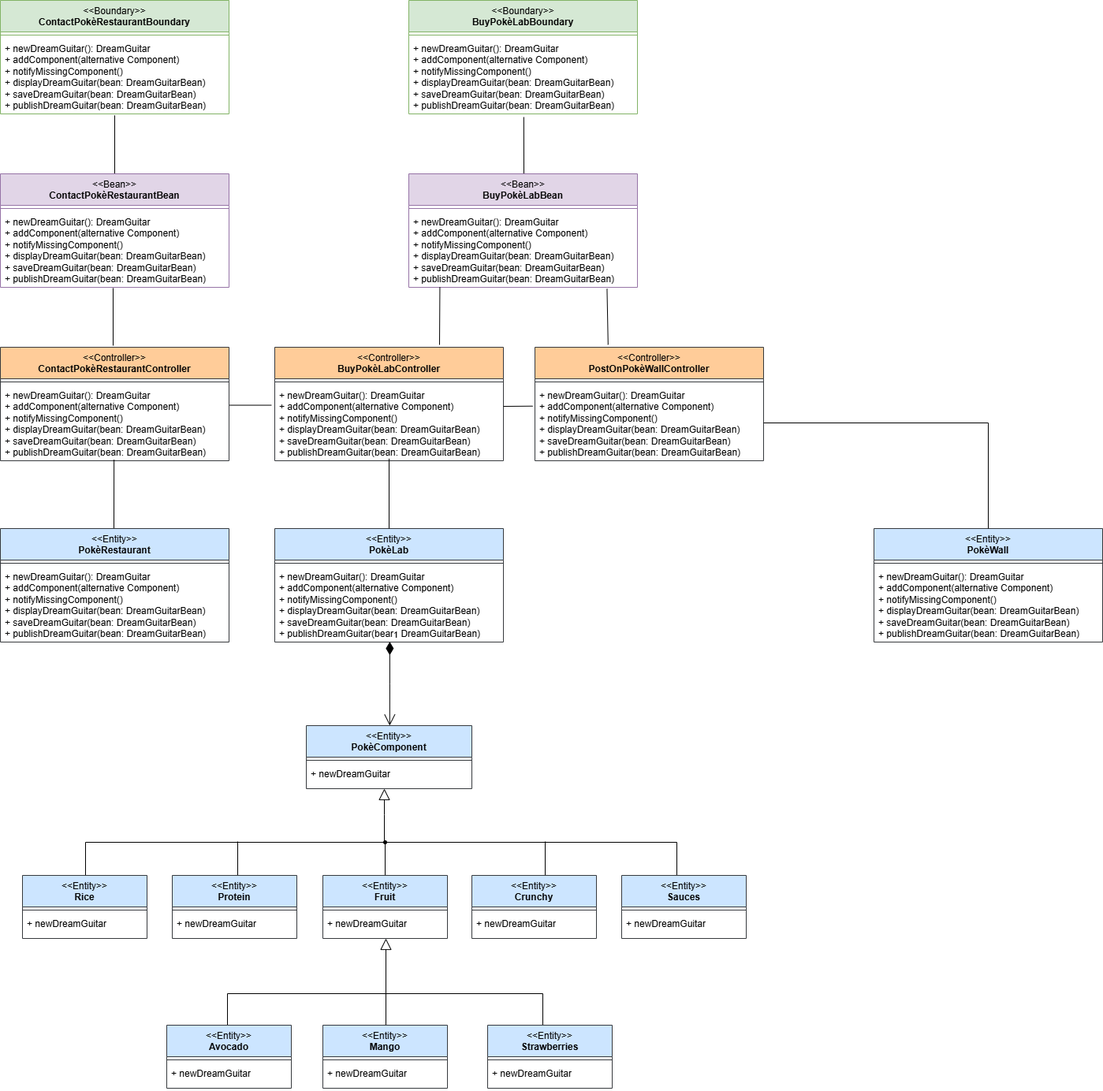
This is diagrams/BCE.drawio.png from matteopinfildi/ISPW-Project, a draw.io export, as it was before one commit. Source tidied: cells renumbered, new cells last; positions are measured from the earlier drawing's top-left corner, leaving out a move shared by most shapes.
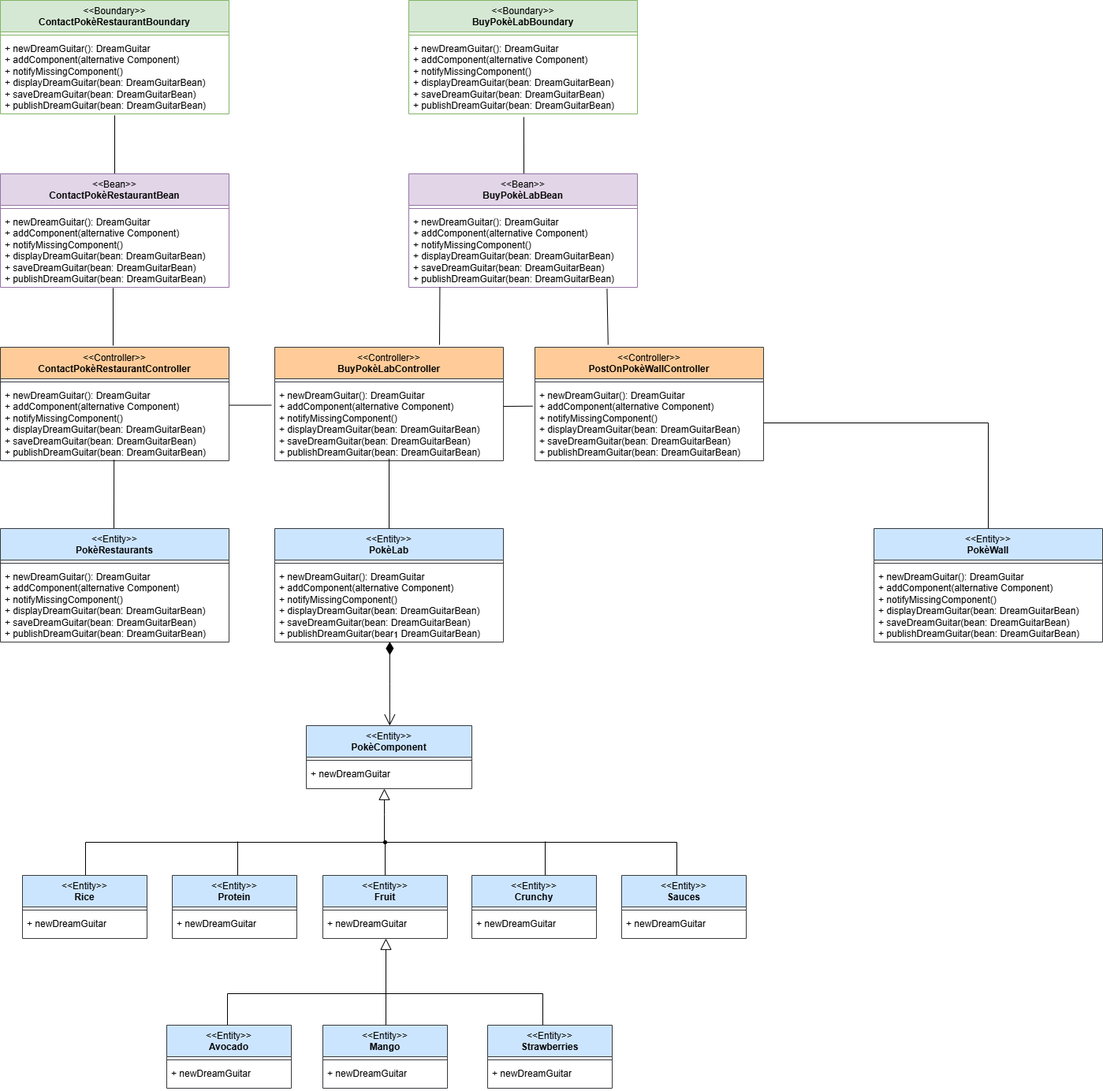
Above is the later version.

Change to the diagram source:
```diff
@@ -94,7 +94,7 @@
         <mxPoint x="144" y="670" as="sourcePoint" />
       </mxGeometry>
     </mxCell>
-    <mxCell id="29" value="&lt;div&gt;&lt;span style=&quot;font-weight: normal;&quot;&gt;&amp;lt;&amp;lt;Entity&amp;gt;&amp;gt;&lt;/span&gt;&lt;/div&gt;PokèRestaurant" style="swimlane;fontStyle=1;align=center;verticalAlign=top;horizontal=1;startSize=40;whiteSpace=wrap;html=1;fillColor=#cce5ff;strokeColor=#36393d;" parent="1" vertex="1">
+    <mxCell id="29" value="&lt;div&gt;&lt;span style=&quot;font-weight: normal;&quot;&gt;&amp;lt;&amp;lt;Entity&amp;gt;&amp;gt;&lt;/span&gt;&lt;/div&gt;PokèRestaurants" style="swimlane;fontStyle=1;align=center;verticalAlign=top;horizontal=1;startSize=40;whiteSpace=wrap;html=1;fillColor=#cce5ff;strokeColor=#36393d;" parent="1" vertex="1">
       <mxGeometry y="670" width="290" height="144" as="geometry" />
     </mxCell>
     <mxCell id="30" style="line;strokeWidth=1;fillColor=none;align=left;verticalAlign=middle;spacingTop=-1;spacingLeft=3;spacingRight=3;labelPosition=right;strokeColor=inherit;" parent="29" vertex="1">
```
